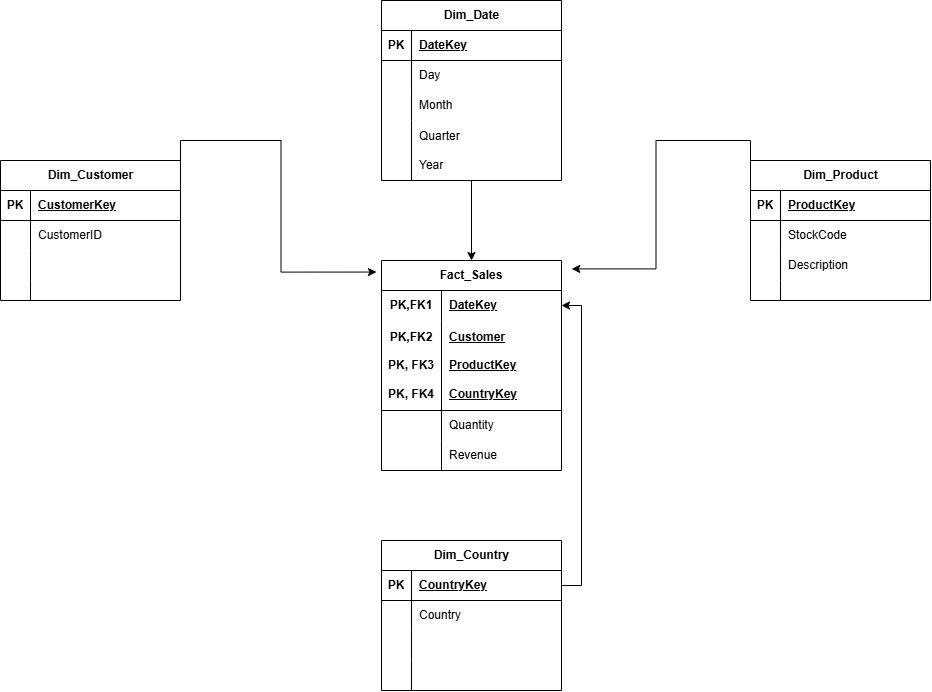
Earlier version of the draw.io export Diagrams/StarSchema.drawio.png (BenevolenceEM/Retail-Sales-Data-Warehouse). Source tidied: cells renumbered, new cells last; positions are measured from the earlier drawing's top-left corner, leaving out a move shared by most shapes.
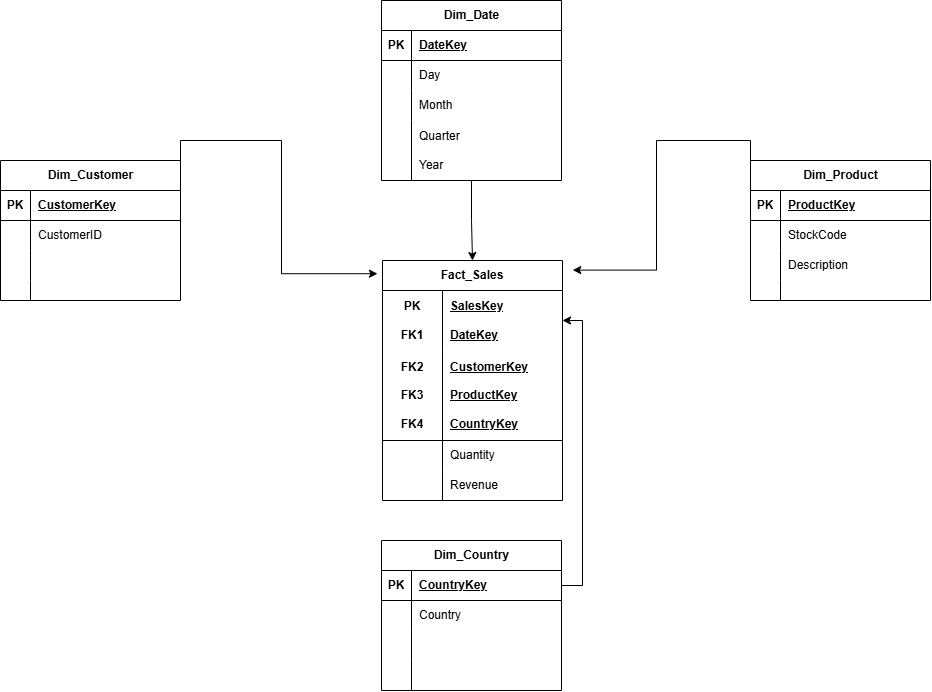
After the commit.

Diff of the diagram source:
```diff
@@ -162,28 +162,28 @@
       <mxGeometry x="30" width="150" height="60" as="geometry" />
     </mxCell>
     <mxCell id="55" value="&lt;span style=&quot;white-space: nowrap;&quot;&gt;Fact_Sales&lt;/span&gt;" style="shape=table;startSize=30;rowLines=0;fontStyle=1;align=center;html=1;whiteSpace=wrap;" parent="1" vertex="1">
-      <mxGeometry x="381" y="260" width="180" height="210" as="geometry" />
+      <mxGeometry x="382" y="260" width="180" height="240" as="geometry" />
     </mxCell>
     <mxCell id="56" style="shape=tableRow;horizontal=0;startSize=0;swimlaneHead=0;swimlaneBody=0;fillColor=none;points=[[0,0.5],[1,0.5]];portConstraint=eastwest;top=0;left=0;right=0;bottom=0;html=1;" parent="55" vertex="1">
-      <mxGeometry y="30" width="180" height="30" as="geometry" />
+      <mxGeometry y="30" width="180" height="60" as="geometry" />
     </mxCell>
-    <mxCell id="57" value="PK,FK1" style="shape=partialRectangle;fillColor=none;top=0;left=0;bottom=0;right=0;fontStyle=1;overflow=hidden;html=1;whiteSpace=wrap;" parent="56" vertex="1">
-      <mxGeometry width="60" height="30" as="geometry" />
+    <mxCell id="57" value="PK&lt;div&gt;&lt;br&gt;&lt;/div&gt;&lt;div&gt;FK1&lt;/div&gt;" style="shape=partialRectangle;fillColor=none;top=0;left=0;bottom=0;right=0;fontStyle=1;overflow=hidden;html=1;whiteSpace=wrap;" parent="56" vertex="1">
+      <mxGeometry width="60" height="60" as="geometry" />
     </mxCell>
-    <mxCell id="58" value="DateKey" style="shape=partialRectangle;fillColor=none;top=0;left=0;bottom=0;right=0;align=left;spacingLeft=6;fontStyle=5;overflow=hidden;html=1;whiteSpace=wrap;" parent="56" vertex="1">
-      <mxGeometry x="60" width="120" height="30" as="geometry" />
+    <mxCell id="58" value="&lt;div&gt;SalesKey&lt;/div&gt;&lt;div&gt;&lt;br&gt;&lt;/div&gt;DateKey" style="shape=partialRectangle;fillColor=none;top=0;left=0;bottom=0;right=0;align=left;spacingLeft=6;fontStyle=5;overflow=hidden;html=1;whiteSpace=wrap;" parent="56" vertex="1">
+      <mxGeometry x="60" width="120" height="60" as="geometry" />
     </mxCell>
     <mxCell id="59" style="shape=tableRow;horizontal=0;startSize=0;swimlaneHead=0;swimlaneBody=0;fillColor=none;top=0;left=0;right=0;bottom=1;html=1;" parent="55" vertex="1">
-      <mxGeometry y="60" width="180" height="90" as="geometry" />
+      <mxGeometry y="90" width="180" height="90" as="geometry" />
     </mxCell>
-    <mxCell id="60" value="PK,FK2&lt;div&gt;&lt;br&gt;&lt;/div&gt;&lt;div&gt;PK, FK3&lt;/div&gt;&lt;div&gt;&lt;br&gt;&lt;/div&gt;&lt;div&gt;PK, FK4&lt;/div&gt;" style="shape=partialRectangle;fillColor=none;top=0;left=0;bottom=0;right=0;fontStyle=1;overflow=hidden;html=1;whiteSpace=wrap;" parent="59" vertex="1">
+    <mxCell id="60" value="FK2&lt;div&gt;&lt;br&gt;&lt;/div&gt;&lt;div&gt;FK3&lt;/div&gt;&lt;div&gt;&lt;br&gt;&lt;/div&gt;&lt;div&gt;FK4&lt;/div&gt;" style="shape=partialRectangle;fillColor=none;top=0;left=0;bottom=0;right=0;fontStyle=1;overflow=hidden;html=1;whiteSpace=wrap;" parent="59" vertex="1">
       <mxGeometry width="60" height="90" as="geometry" />
     </mxCell>
-    <mxCell id="61" value="Customer&lt;div&gt;&lt;br&gt;&lt;/div&gt;&lt;div&gt;ProductKey&lt;/div&gt;&lt;div&gt;&lt;br&gt;&lt;/div&gt;&lt;div&gt;CountryKey&lt;/div&gt;" style="shape=partialRectangle;fillColor=none;top=0;left=0;bottom=0;right=0;align=left;spacingLeft=6;fontStyle=5;overflow=hidden;html=1;whiteSpace=wrap;" parent="59" vertex="1">
+    <mxCell id="61" value="CustomerKey&lt;div&gt;&lt;br&gt;&lt;/div&gt;&lt;div&gt;ProductKey&lt;/div&gt;&lt;div&gt;&lt;br&gt;&lt;/div&gt;&lt;div&gt;CountryKey&lt;/div&gt;" style="shape=partialRectangle;fillColor=none;top=0;left=0;bottom=0;right=0;align=left;spacingLeft=6;fontStyle=5;overflow=hidden;html=1;whiteSpace=wrap;" parent="59" vertex="1">
       <mxGeometry x="60" width="120" height="90" as="geometry" />
     </mxCell>
     <mxCell id="62" style="shape=tableRow;horizontal=0;startSize=0;swimlaneHead=0;swimlaneBody=0;fillColor=none;top=0;left=0;right=0;bottom=0;html=1;" parent="55" vertex="1">
-      <mxGeometry y="150" width="180" height="30" as="geometry" />
+      <mxGeometry y="180" width="180" height="30" as="geometry" />
     </mxCell>
     <mxCell id="63" style="shape=partialRectangle;fillColor=none;top=0;left=0;bottom=0;right=0;overflow=hidden;html=1;whiteSpace=wrap;" parent="62" vertex="1">
       <mxGeometry width="60" height="30" as="geometry" />
@@ -192,7 +192,7 @@
       <mxGeometry x="60" width="120" height="30" as="geometry" />
     </mxCell>
     <mxCell id="65" style="shape=tableRow;horizontal=0;startSize=0;swimlaneHead=0;swimlaneBody=0;fillColor=none;top=0;left=0;right=0;bottom=0;html=1;" parent="55" vertex="1">
-      <mxGeometry y="180" width="180" height="30" as="geometry" />
+      <mxGeometry y="210" width="180" height="30" as="geometry" />
     </mxCell>
     <mxCell id="66" style="shape=partialRectangle;fillColor=none;top=0;left=0;bottom=0;right=0;overflow=hidden;html=1;whiteSpace=wrap;" parent="65" vertex="1">
       <mxGeometry width="60" height="30" as="geometry" />
```
